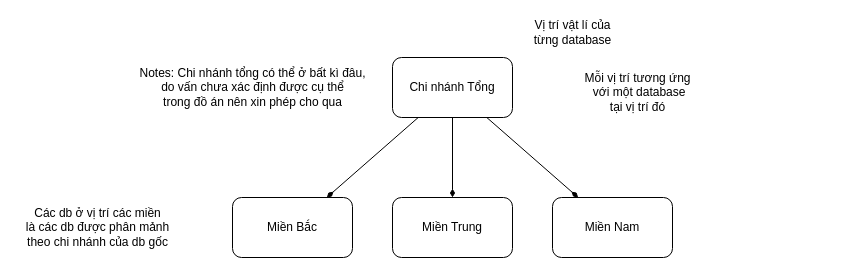
Before: KingFastFood/docs/MôHìnhPhânMảnhĐồÁn.drawio in EdgarIgnite16/Distributed-Database-Project, a draw.io diagram. Source tidied: cells renumbered, new cells numbered last; positions are measured from the earlier drawing's top-left corner, leaving out a move shared by most shapes. Both pictures are drawn from the tidied source at 100%, with x=0, y=0 at pixel (17, 17).
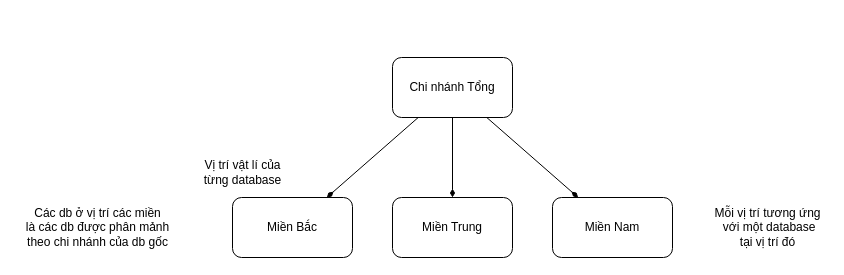
The same page after the edit.

What changed in the source:
```diff
@@
 <mxGraphModel>
   <root>
     <mxCell id="0" />
     <mxCell id="1" parent="0" />
     <mxCell id="2" style="rounded=0;jettySize=auto;html=1;endArrow=diamondThin;endFill=1;" parent="1" edge="1" source="5" target="6">
       <mxGeometry relative="1" as="geometry" />
     </mxCell>
     <mxCell id="3" style="edgeStyle=none;rounded=0;jettySize=auto;html=1;endArrow=diamondThin;endFill=1;" parent="1" edge="1" source="5" target="7">
       <mxGeometry relative="1" as="geometry" />
     </mxCell>
     <mxCell id="4" style="edgeStyle=none;rounded=0;jettySize=auto;html=1;endArrow=diamondThin;endFill=1;" parent="1" edge="1" source="5" target="8">
       <mxGeometry relative="1" as="geometry" />
     </mxCell>
     <mxCell id="5" value="Chi nhánh Tổng" style="rounded=1;whiteSpace=wrap;html=1;" parent="1" vertex="1">
       <mxGeometry x="375" y="40" width="120" height="60" as="geometry" />
     </mxCell>
     <mxCell id="6" value="Miền Trung" style="rounded=1;whiteSpace=wrap;html=1;" parent="1" vertex="1">
       <mxGeometry x="375" y="180" width="120" height="60" as="geometry" />
     </mxCell>
     <mxCell id="7" value="Miền Bắc" style="rounded=1;whiteSpace=wrap;html=1;" parent="1" vertex="1">
       <mxGeometry x="215" y="180" width="120" height="60" as="geometry" />
     </mxCell>
     <mxCell id="8" value="Miền Nam" style="rounded=1;whiteSpace=wrap;html=1;" parent="1" vertex="1">
       <mxGeometry x="535" y="180" width="120" height="60" as="geometry" />
     </mxCell>
     <mxCell id="9" value="Vị trí vật lí của &lt;br&gt;từng database" style="text;html=1;align=center;verticalAlign=middle;strokeColor=none;fillColor=none;" parent="1" vertex="1">
-      <mxGeometry x="510" width="90" height="30" as="geometry" />
+      <mxGeometry x="180" y="140" width="90" height="30" as="geometry" />
     </mxCell>
     <mxCell id="10" value="Mỗi vị trí tương ứng&lt;br&gt;&amp;nbsp;với một database &lt;br&gt;tại vị trí đó" style="text;html=1;align=center;verticalAlign=middle;strokeColor=none;fillColor=none;" parent="1" vertex="1">
-      <mxGeometry x="560" y="50" width="120" height="50" as="geometry" />
+      <mxGeometry x="690" y="185" width="120" height="50" as="geometry" />
     </mxCell>
     <mxCell id="11" value="Các db ở vị trí các miền&lt;br&gt;là các db được phân mảnh&lt;br&gt;theo chi nhánh của db gốc" style="text;html=1;align=center;verticalAlign=middle;strokeColor=none;fillColor=none;" parent="1" vertex="1">
       <mxGeometry y="185" width="160" height="50" as="geometry" />
     </mxCell>
-    <mxCell id="12" value="Notes: Chi nhánh tổng có thể ở bất kì đâu, &lt;br&gt;do vấn chưa xác định được cụ thể &lt;br&gt;trong đồ án nên xin phép cho qua" style="text;html=1;align=center;verticalAlign=middle;strokeColor=none;fillColor=none;" parent="1" vertex="1">
-      <mxGeometry x="115" y="45" width="240" height="50" as="geometry" />
-    </mxCell>
   </root>
 </mxGraphModel>
```
